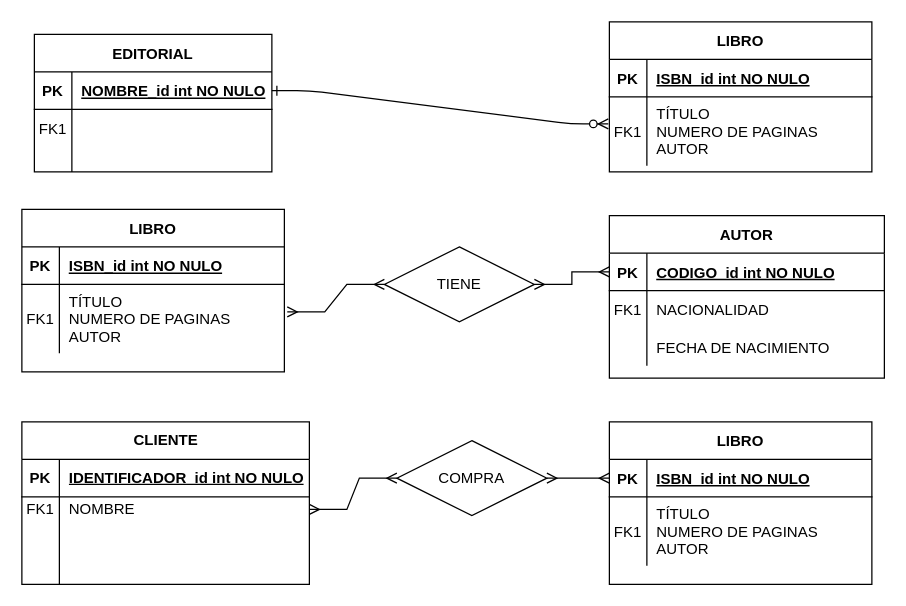
Before: Diagrama sin título.drawio in Milo7211/Diagramas, a draw.io diagram. Source tidied: cells renumbered, new cells numbered last; positions are measured from the earlier drawing's top-left corner, leaving out a move shared by most shapes. Both pictures are drawn from the tidied source at 125%, with x=0, y=0 at pixel (21, 21).
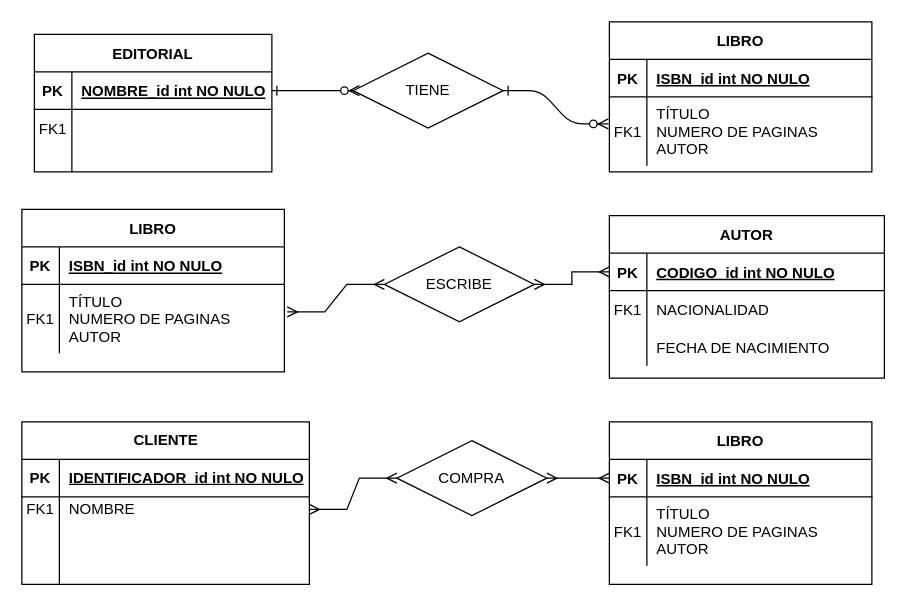
The same page after the edit.

The change refers to these unchanged cells:
```xml
<mxCell id="16" style="shape=partialRectangle;fillColor=none;points=[[0,0.5],[1,0.5]];portConstraint=eastwest;top=0;left=0;right=0;bottom=1;" parent="15" vertex="1">
  <mxGeometry y="30" width="190" height="30" as="geometry" />
</mxCell>
<mxCell id="29" style="shape=partialRectangle;fillColor=none;points=[[0,0.5],[1,0.5]];portConstraint=eastwest;top=0;left=0;right=0;bottom=0;" parent="25" vertex="1">
  <mxGeometry y="60" width="210" height="55" as="geometry" />
</mxCell>
```

The edit, as a diff of the source:
```diff
@@
-    <mxCell id="32" style="edgeStyle=entityRelationEdgeStyle;endArrow=ERzeroToMany;startArrow=ERone;endFill=1;startFill=0;entryX=-0.004;entryY=0.393;entryDx=0;entryDy=0;entryPerimeter=0;exitX=1;exitY=0.5;exitDx=0;exitDy=0;" parent="1" edge="1" source="16" target="29">
+    <mxCell id="32" style="edgeStyle=entityRelationEdgeStyle;endArrow=ERzeroToMany;startArrow=ERone;endFill=1;startFill=0;entryX=-0.004;entryY=0.393;entryDx=0;entryDy=0;entryPerimeter=0;exitX=1;exitY=0.5;exitDx=0;exitDy=0;" parent="1" edge="1" source="64" target="29">
       <mxGeometry relative="1" as="geometry" />
     </mxCell>
@@
-    <mxCell id="60" value="TIENE" style="shape=rhombus;perimeter=rhombusPerimeter;whiteSpace=wrap;html=1;align=center;" parent="1" vertex="1">
+    <mxCell id="60" value="ESCRIBE" style="shape=rhombus;perimeter=rhombusPerimeter;whiteSpace=wrap;html=1;align=center;" parent="1" vertex="1">
       <mxGeometry x="290" y="180" width="120" height="60" as="geometry" />
     </mxCell>
@@
+    <mxCell id="63" style="edgeStyle=entityRelationEdgeStyle;endArrow=ERzeroToMany;startArrow=ERone;endFill=1;startFill=0;entryX=0.042;entryY=0.5;entryDx=0;entryDy=0;entryPerimeter=0;exitX=1;exitY=0.5;exitDx=0;exitDy=0;" parent="1" edge="1" source="16" target="64">
+      <mxGeometry relative="1" as="geometry" />
+    </mxCell>
+    <mxCell id="64" value="TIENE" style="shape=rhombus;perimeter=rhombusPerimeter;whiteSpace=wrap;html=1;align=center;" parent="1" vertex="1">
+      <mxGeometry x="265" y="25" width="120" height="60" as="geometry" />
+    </mxCell>
```
